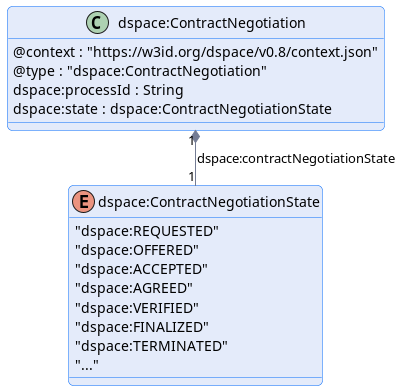
Above: negotiation/message/diagram/contract-negotiation.png in International-Data-Spaces-Association/ids-specification (PlantUML), before the change.
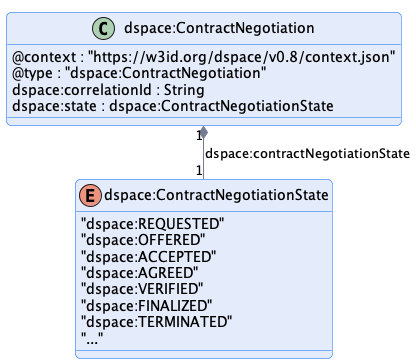
Above is the later version.

Commit message:
replace :processId with :correlationId in the contract negotiation object

The edit, as a diff of the source:
```diff
@@ -9,7 +9,7 @@
 class "dspace:ContractNegotiation" {
     @context : "https://w3id.org/dspace/v0.8/context.json"
     @type : "dspace:ContractNegotiation"
-    dspace:processId : String
+    dspace:correlationId : String
     dspace:state : dspace:ContractNegotiationState
 }
 
```
